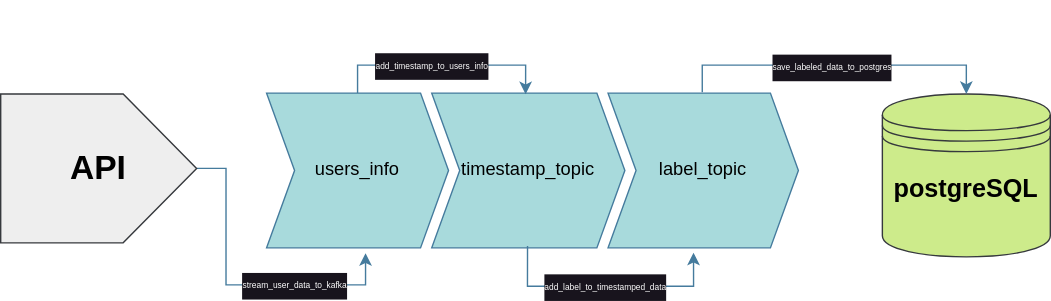
This is Images/Diagram.svg from mahdimlo/user_data_streaming, a draw.io export, as it was before one commit. Source tidied: cells renumbered, new cells last; positions are measured from the earlier drawing's top-left corner, leaving out a move shared by most shapes. Source of this version:
```xml
<mxGraphModel>
  <root>
    <mxCell id="0" />
    <mxCell id="1" parent="0" />
    <mxCell id="2" value="&lt;h1&gt;&lt;font color=&quot;#000000&quot; style=&quot;font-size: 18px;&quot;&gt;postgreSQL&lt;/font&gt;&lt;/h1&gt;&lt;div&gt;&lt;font color=&quot;#000000&quot; style=&quot;font-size: 18px;&quot;&gt;&lt;br&gt;&lt;/font&gt;&lt;/div&gt;" style="shape=datastore;whiteSpace=wrap;html=1;fillColor=#cdeb8b;strokeColor=#36393d;labelBackgroundColor=none;" parent="1" vertex="1">
      <mxGeometry x="630" y="33.6" width="120" height="116.4" as="geometry" />
    </mxCell>
    <mxCell id="3" style="edgeStyle=orthogonalEdgeStyle;rounded=0;jettySize=auto;html=1;strokeColor=#457B9D;fontColor=#1D3557;fillColor=#A8DADC;entryX=0.544;entryY=1.034;entryDx=0;entryDy=0;entryPerimeter=0;" parent="1" edge="1" source="5" target="7">
      <mxGeometry relative="1" as="geometry">
        <Array as="points">
          <mxPoint x="161" y="87" />
          <mxPoint x="161" y="170" />
          <mxPoint x="261" y="170" />
        </Array>
      </mxGeometry>
    </mxCell>
    <mxCell id="4" value="&lt;div style=&quot;font-size: 6px;&quot;&gt;&lt;pre style=&quot;font-size: 6px;&quot;&gt;&lt;font color=&quot;#ffffff&quot; style=&quot;&quot; face=&quot;Helvetica&quot;&gt;stream_user_data_to_kafka&lt;/font&gt;&lt;/pre&gt;&lt;/div&gt;" style="edgeLabel;html=1;align=center;verticalAlign=middle;strokeColor=#457B9D;fontColor=#1D3557;fillColor=#A8DADC;fontSize=6;" parent="3" vertex="1">
      <mxGeometry relative="1" as="geometry">
        <mxPoint x="40" as="offset" />
      </mxGeometry>
    </mxCell>
    <mxCell id="5" value="&lt;h1&gt;&lt;font color=&quot;#000000&quot;&gt;API&lt;/font&gt;&lt;/h1&gt;" style="shape=offPageConnector;whiteSpace=wrap;html=1;strokeColor=#36393d;fillColor=#eeeeee;direction=north;" parent="1" vertex="1">
      <mxGeometry y="33.6" width="140" height="106.4" as="geometry" />
    </mxCell>
    <mxCell id="6" value="&lt;h1&gt;&lt;font color=&quot;#ffffff&quot;&gt;Kafka&lt;/font&gt;&lt;/h1&gt;&lt;div&gt;&lt;font color=&quot;#ffffff&quot;&gt;&lt;br&gt;&lt;/font&gt;&lt;/div&gt;&lt;div&gt;&lt;font color=&quot;#ffffff&quot;&gt;&lt;br&gt;&lt;/font&gt;&lt;/div&gt;" style="swimlane;horizontal=1;fillColor=none;strokeColor=none;stackBorder=10;align=center;whiteSpace=wrap;html=1;fontColor=#1D3557;startSize=23;" parent="1" vertex="1">
      <mxGeometry x="180" width="400" height="153.6" as="geometry" />
    </mxCell>
    <mxCell id="7" value="&lt;div style=&quot;&quot;&gt;&lt;pre style=&quot;font-size: 9.8pt;&quot;&gt;&lt;font face=&quot;Helvetica&quot; style=&quot;&quot; color=&quot;#000000&quot;&gt;users_info&lt;/font&gt;&lt;/pre&gt;&lt;/div&gt;" style="shape=step;perimeter=stepPerimeter;fixedSize=1;points=[];whiteSpace=wrap;html=1;strokeColor=#457B9D;fontColor=#1D3557;fillColor=#A8DADC;" parent="6" vertex="1">
      <mxGeometry x="10" y="33" width="130" height="110.6" as="geometry" />
    </mxCell>
    <mxCell id="8" value="&lt;div style=&quot;&quot;&gt;&lt;pre style=&quot;font-size: 9.8pt;&quot;&gt;&lt;font face=&quot;Helvetica&quot; style=&quot;&quot; color=&quot;#000000&quot;&gt;timestamp_topic&lt;/font&gt;&lt;/pre&gt;&lt;/div&gt;" style="shape=step;perimeter=stepPerimeter;fixedSize=1;points=[];whiteSpace=wrap;html=1;strokeColor=#457B9D;fontColor=#1D3557;fillColor=#A8DADC;" parent="6" vertex="1">
      <mxGeometry x="128" y="33" width="138" height="110.6" as="geometry" />
    </mxCell>
    <mxCell id="9" value="&lt;div style=&quot;&quot;&gt;&lt;pre style=&quot;font-size: 9.8pt;&quot;&gt;&lt;font color=&quot;#000000&quot; face=&quot;Helvetica&quot; style=&quot;&quot;&gt;label_topic&lt;/font&gt;&lt;/pre&gt;&lt;/div&gt;" style="shape=step;perimeter=stepPerimeter;fixedSize=1;points=[];whiteSpace=wrap;html=1;strokeColor=#457B9D;fontColor=#1D3557;fillColor=#A8DADC;" parent="6" vertex="1">
      <mxGeometry x="254" y="33" width="136" height="110.6" as="geometry" />
    </mxCell>
    <mxCell id="10" style="edgeStyle=orthogonalEdgeStyle;rounded=0;jettySize=auto;html=1;entryX=0.486;entryY=0.007;entryDx=0;entryDy=0;entryPerimeter=0;strokeColor=#457B9D;fontColor=#1D3557;fillColor=#A8DADC;" parent="6" edge="1" source="7" target="8">
      <mxGeometry relative="1" as="geometry" />
    </mxCell>
    <mxCell id="11" value="&lt;div style=&quot;font-size: 6px;&quot;&gt;&lt;pre style=&quot;font-size: 6px;&quot;&gt;&lt;font color=&quot;#ffffff&quot; style=&quot;font-size: 6px;&quot; face=&quot;Helvetica&quot;&gt;add_timestamp_to_users_info&lt;/font&gt;&lt;/pre&gt;&lt;/div&gt;" style="edgeLabel;html=1;align=center;verticalAlign=middle;strokeColor=#457B9D;fontColor=#1D3557;fillColor=#A8DADC;fontSize=6;" parent="10" vertex="1">
      <mxGeometry x="0.04" relative="1" as="geometry">
        <mxPoint x="-11" as="offset" />
      </mxGeometry>
    </mxCell>
    <mxCell id="12" style="edgeStyle=orthogonalEdgeStyle;rounded=0;jettySize=auto;html=1;entryX=0.449;entryY=1.031;entryDx=0;entryDy=0;entryPerimeter=0;strokeColor=#457B9D;fontColor=#1D3557;fillColor=#A8DADC;exitX=0.496;exitY=0.988;exitDx=0;exitDy=0;exitPerimeter=0;" parent="6" edge="1" source="8" target="9">
      <mxGeometry relative="1" as="geometry">
        <Array as="points">
          <mxPoint x="196" y="171" />
          <mxPoint x="315" y="171" />
        </Array>
      </mxGeometry>
    </mxCell>
    <mxCell id="13" value="&lt;div style=&quot;font-size: 6px;&quot;&gt;&lt;pre style=&quot;font-size: 6px;&quot;&gt;&lt;font color=&quot;#ffffff&quot; style=&quot;font-size: 6px;&quot; face=&quot;Helvetica&quot;&gt;add_label_to_timestamped_data&lt;/font&gt;&lt;/pre&gt;&lt;/div&gt;" style="edgeLabel;html=1;align=center;verticalAlign=middle;strokeColor=#457B9D;fontColor=#1D3557;fillColor=#A8DADC;fontSize=6;" parent="12" vertex="1">
      <mxGeometry x="-0.2" y="1" relative="1" as="geometry">
        <mxPoint x="15" y="1" as="offset" />
      </mxGeometry>
    </mxCell>
    <mxCell id="14" style="edgeStyle=orthogonalEdgeStyle;rounded=0;jettySize=auto;html=1;entryX=0.5;entryY=0;entryDx=0;entryDy=0;strokeColor=#457B9D;fontColor=#1D3557;fillColor=#A8DADC;exitX=0.495;exitY=-0.006;exitDx=0;exitDy=0;exitPerimeter=0;" parent="1" edge="1" source="9" target="2">
      <mxGeometry relative="1" as="geometry" />
    </mxCell>
    <mxCell id="15" value="&lt;div style=&quot;font-size: 6px;&quot;&gt;&lt;pre style=&quot;font-size: 6px;&quot;&gt;&lt;font color=&quot;#ffffff&quot; style=&quot;font-size: 6px;&quot; face=&quot;Helvetica&quot;&gt;save_labeled_data_to_postgres&lt;/font&gt;&lt;/pre&gt;&lt;/div&gt;" style="edgeLabel;html=1;align=center;verticalAlign=middle;strokeColor=#457B9D;fontColor=#1D3557;fillColor=#A8DADC;fontSize=6;" parent="14" vertex="1">
      <mxGeometry x="-0.13" y="-1" relative="1" as="geometry">
        <mxPoint x="13" as="offset" />
      </mxGeometry>
    </mxCell>
  </root>
</mxGraphModel>
```
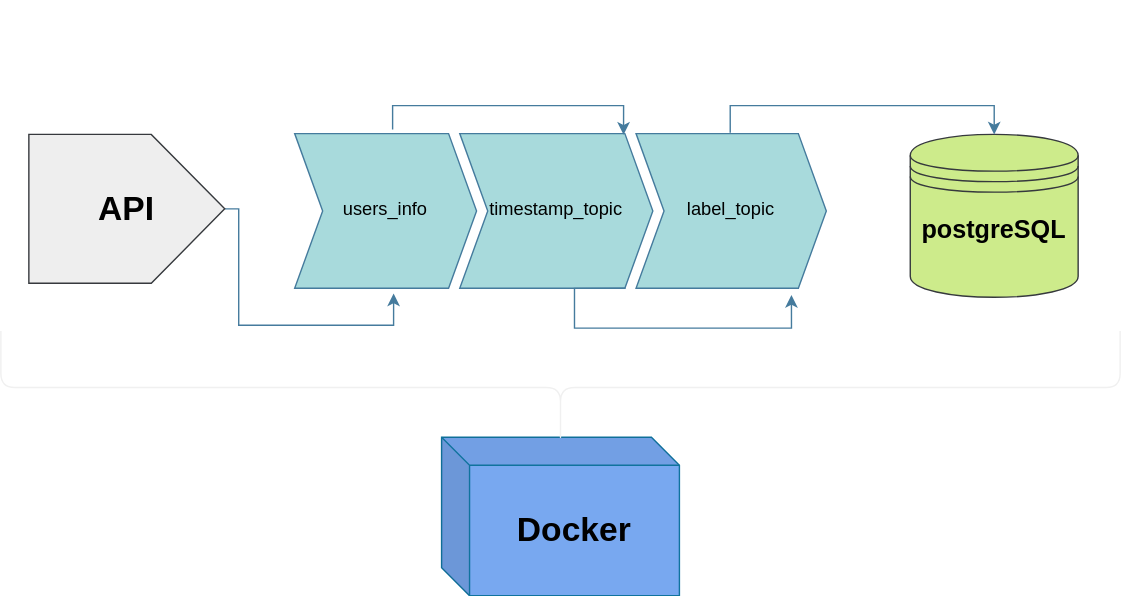
The same file after the commit.

Change to the diagram source:
```diff
@@ -8,21 +8,21 @@
     <mxCell id="3" style="edgeStyle=orthogonalEdgeStyle;rounded=0;jettySize=auto;html=1;strokeColor=#457B9D;fontColor=#1D3557;fillColor=#A8DADC;entryX=0.544;entryY=1.034;entryDx=0;entryDy=0;entryPerimeter=0;" parent="1" edge="1" source="5" target="7">
       <mxGeometry relative="1" as="geometry">
         <Array as="points">
-          <mxPoint x="161" y="87" />
-          <mxPoint x="161" y="170" />
+          <mxPoint x="150" y="87" />
+          <mxPoint x="150" y="170" />
           <mxPoint x="261" y="170" />
         </Array>
       </mxGeometry>
     </mxCell>
-    <mxCell id="4" value="&lt;div style=&quot;font-size: 6px;&quot;&gt;&lt;pre style=&quot;font-size: 6px;&quot;&gt;&lt;font color=&quot;#ffffff&quot; style=&quot;&quot; face=&quot;Helvetica&quot;&gt;stream_user_data_to_kafka&lt;/font&gt;&lt;/pre&gt;&lt;/div&gt;" style="edgeLabel;html=1;align=center;verticalAlign=middle;strokeColor=#457B9D;fontColor=#1D3557;fillColor=#A8DADC;fontSize=6;" parent="3" vertex="1">
+    <mxCell id="4" value="&lt;div style=&quot;font-size: 13px;&quot;&gt;&lt;pre style=&quot;font-size: 13px;&quot;&gt;&lt;font color=&quot;#ffffff&quot; style=&quot;font-size: 13px;&quot; face=&quot;Helvetica&quot;&gt;stream_user_data_to_kafka &lt;/font&gt;&lt;font color=&quot;#ffffff&quot; face=&quot;Helvetica&quot;&gt;every minute&lt;/font&gt;&lt;/pre&gt;&lt;/div&gt;" style="edgeLabel;html=1;align=center;verticalAlign=middle;strokeColor=#457B9D;fontColor=#1D3557;fillColor=#A8DADC;fontSize=13;labelBackgroundColor=none;" parent="3" vertex="1">
       <mxGeometry relative="1" as="geometry">
-        <mxPoint x="40" as="offset" />
+        <mxPoint x="30" y="10" as="offset" />
       </mxGeometry>
     </mxCell>
     <mxCell id="5" value="&lt;h1&gt;&lt;font color=&quot;#000000&quot;&gt;API&lt;/font&gt;&lt;/h1&gt;" style="shape=offPageConnector;whiteSpace=wrap;html=1;strokeColor=#36393d;fillColor=#eeeeee;direction=north;" parent="1" vertex="1">
       <mxGeometry y="33.6" width="140" height="106.4" as="geometry" />
     </mxCell>
-    <mxCell id="6" value="&lt;h1&gt;&lt;font color=&quot;#ffffff&quot;&gt;Kafka&lt;/font&gt;&lt;/h1&gt;&lt;div&gt;&lt;font color=&quot;#ffffff&quot;&gt;&lt;br&gt;&lt;/font&gt;&lt;/div&gt;&lt;div&gt;&lt;font color=&quot;#ffffff&quot;&gt;&lt;br&gt;&lt;/font&gt;&lt;/div&gt;" style="swimlane;horizontal=1;fillColor=none;strokeColor=none;stackBorder=10;align=center;whiteSpace=wrap;html=1;fontColor=#1D3557;startSize=23;" parent="1" vertex="1">
+    <mxCell id="6" value="&lt;h1&gt;&lt;font color=&quot;#ffffff&quot;&gt;Kafka&lt;/font&gt;&lt;/h1&gt;&lt;div&gt;&lt;font color=&quot;#ffffff&quot;&gt;&lt;br&gt;&lt;/font&gt;&lt;/div&gt;&lt;div&gt;&lt;font color=&quot;#ffffff&quot;&gt;&lt;br&gt;&lt;/font&gt;&lt;/div&gt;&lt;div&gt;&lt;font color=&quot;#ffffff&quot;&gt;&lt;br&gt;&lt;/font&gt;&lt;/div&gt;&lt;div&gt;&lt;font color=&quot;#ffffff&quot;&gt;&lt;br&gt;&lt;/font&gt;&lt;/div&gt;&lt;div&gt;&lt;font color=&quot;#ffffff&quot;&gt;&lt;br&gt;&lt;/font&gt;&lt;/div&gt;&lt;div&gt;&lt;font color=&quot;#ffffff&quot;&gt;&lt;br&gt;&lt;/font&gt;&lt;/div&gt;" style="swimlane;horizontal=1;fillColor=none;strokeColor=none;stackBorder=10;align=center;whiteSpace=wrap;html=1;fontColor=#1D3557;startSize=23;" parent="1" vertex="1">
       <mxGeometry x="180" width="400" height="153.6" as="geometry" />
     </mxCell>
     <mxCell id="7" value="&lt;div style=&quot;&quot;&gt;&lt;pre style=&quot;font-size: 9.8pt;&quot;&gt;&lt;font face=&quot;Helvetica&quot; style=&quot;&quot; color=&quot;#000000&quot;&gt;users_info&lt;/font&gt;&lt;/pre&gt;&lt;/div&gt;" style="shape=step;perimeter=stepPerimeter;fixedSize=1;points=[];whiteSpace=wrap;html=1;strokeColor=#457B9D;fontColor=#1D3557;fillColor=#A8DADC;" parent="6" vertex="1">
@@ -31,37 +31,53 @@
     <mxCell id="8" value="&lt;div style=&quot;&quot;&gt;&lt;pre style=&quot;font-size: 9.8pt;&quot;&gt;&lt;font face=&quot;Helvetica&quot; style=&quot;&quot; color=&quot;#000000&quot;&gt;timestamp_topic&lt;/font&gt;&lt;/pre&gt;&lt;/div&gt;" style="shape=step;perimeter=stepPerimeter;fixedSize=1;points=[];whiteSpace=wrap;html=1;strokeColor=#457B9D;fontColor=#1D3557;fillColor=#A8DADC;" parent="6" vertex="1">
       <mxGeometry x="128" y="33" width="138" height="110.6" as="geometry" />
     </mxCell>
-    <mxCell id="9" value="&lt;div style=&quot;&quot;&gt;&lt;pre style=&quot;font-size: 9.8pt;&quot;&gt;&lt;font color=&quot;#000000&quot; face=&quot;Helvetica&quot; style=&quot;&quot;&gt;label_topic&lt;/font&gt;&lt;/pre&gt;&lt;/div&gt;" style="shape=step;perimeter=stepPerimeter;fixedSize=1;points=[];whiteSpace=wrap;html=1;strokeColor=#457B9D;fontColor=#1D3557;fillColor=#A8DADC;" parent="6" vertex="1">
+    <mxCell id="9" value="&lt;div style=&quot;&quot;&gt;&lt;pre style=&quot;font-size: 9.8pt;&quot;&gt;&lt;font face=&quot;Helvetica&quot; style=&quot;&quot; color=&quot;#000000&quot;&gt;label_topic&lt;/font&gt;&lt;/pre&gt;&lt;/div&gt;" style="shape=step;perimeter=stepPerimeter;fixedSize=1;points=[];whiteSpace=wrap;html=1;strokeColor=#457B9D;fontColor=#1D3557;fillColor=#A8DADC;" parent="6" vertex="1">
       <mxGeometry x="254" y="33" width="136" height="110.6" as="geometry" />
     </mxCell>
-    <mxCell id="10" style="edgeStyle=orthogonalEdgeStyle;rounded=0;jettySize=auto;html=1;entryX=0.486;entryY=0.007;entryDx=0;entryDy=0;entryPerimeter=0;strokeColor=#457B9D;fontColor=#1D3557;fillColor=#A8DADC;" parent="6" edge="1" source="7" target="8">
-      <mxGeometry relative="1" as="geometry" />
+    <mxCell id="10" style="edgeStyle=orthogonalEdgeStyle;rounded=0;orthogonalLoop=1;jettySize=auto;html=1;entryX=0.486;entryY=0.007;entryDx=0;entryDy=0;entryPerimeter=0;strokeColor=#457B9D;fontColor=#1D3557;fillColor=#A8DADC;" parent="6" edge="1">
+      <mxGeometry relative="1" as="geometry">
+        <mxPoint x="80" y="30" as="sourcePoint" />
+        <mxPoint x="245.1" y="33.8" as="targetPoint" />
+        <Array as="points">
+          <mxPoint x="80" y="13" />
+          <mxPoint x="245" y="13" />
+        </Array>
+      </mxGeometry>
     </mxCell>
-    <mxCell id="11" value="&lt;div style=&quot;font-size: 6px;&quot;&gt;&lt;pre style=&quot;font-size: 6px;&quot;&gt;&lt;font color=&quot;#ffffff&quot; style=&quot;font-size: 6px;&quot; face=&quot;Helvetica&quot;&gt;add_timestamp_to_users_info&lt;/font&gt;&lt;/pre&gt;&lt;/div&gt;" style="edgeLabel;html=1;align=center;verticalAlign=middle;strokeColor=#457B9D;fontColor=#1D3557;fillColor=#A8DADC;fontSize=6;" parent="10" vertex="1">
+    <mxCell id="11" value="&lt;div style=&quot;font-size: 13px;&quot;&gt;&lt;pre style=&quot;font-size: 13px;&quot;&gt;&lt;font color=&quot;#ffffff&quot; style=&quot;font-size: 13px;&quot; face=&quot;Helvetica&quot;&gt;add_timestamp_to_users_info &lt;/font&gt;&lt;font color=&quot;#ffffff&quot; face=&quot;Helvetica&quot;&gt;every minute&lt;/font&gt;&lt;/pre&gt;&lt;/div&gt;" style="edgeLabel;html=1;align=center;verticalAlign=bottom;strokeColor=#457B9D;fontColor=#1D3557;fillColor=#A8DADC;fontSize=13;labelBackgroundColor=none;" parent="10" vertex="1">
       <mxGeometry x="0.04" relative="1" as="geometry">
-        <mxPoint x="-11" as="offset" />
+        <mxPoint x="-21" y="13" as="offset" />
       </mxGeometry>
     </mxCell>
+    <mxCell id="14" style="edgeStyle=orthogonalEdgeStyle;rounded=0;jettySize=auto;html=1;entryX=0.5;entryY=0;entryDx=0;entryDy=0;strokeColor=#457B9D;fontColor=#1D3557;fillColor=#A8DADC;exitX=0.495;exitY=-0.006;exitDx=0;exitDy=0;exitPerimeter=0;" parent="1" edge="1" source="9" target="2">
+      <mxGeometry relative="1" as="geometry" />
+    </mxCell>
+    <mxCell id="15" value="&lt;div style=&quot;font-size: 13px;&quot;&gt;&lt;pre style=&quot;font-size: 13px;&quot;&gt;&lt;font color=&quot;#ffffff&quot; style=&quot;font-size: 13px;&quot; face=&quot;Helvetica&quot;&gt;save_labeled_data_to_postgres &lt;/font&gt;&lt;font face=&quot;Helvetica&quot; color=&quot;#ffffff&quot;&gt;every minute&lt;/font&gt;&lt;/pre&gt;&lt;/div&gt;" style="edgeLabel;html=1;align=center;verticalAlign=middle;strokeColor=#457B9D;fontColor=#1D3557;fillColor=#A8DADC;fontSize=13;labelBackgroundColor=none;" parent="14" vertex="1">
+      <mxGeometry x="-0.13" y="-1" relative="1" as="geometry">
+        <mxPoint x="33" y="-11" as="offset" />
+      </mxGeometry>
+    </mxCell>
-    <mxCell id="12" style="edgeStyle=orthogonalEdgeStyle;rounded=0;jettySize=auto;html=1;entryX=0.449;entryY=1.031;entryDx=0;entryDy=0;entryPerimeter=0;strokeColor=#457B9D;fontColor=#1D3557;fillColor=#A8DADC;exitX=0.496;exitY=0.988;exitDx=0;exitDy=0;exitPerimeter=0;" parent="6" edge="1" source="8" target="9">
+    <mxCell id="12" style="edgeStyle=orthogonalEdgeStyle;rounded=0;orthogonalLoop=1;jettySize=auto;html=1;entryX=0.449;entryY=1.031;entryDx=0;entryDy=0;entryPerimeter=0;strokeColor=#457B9D;fontColor=#1D3557;fillColor=#A8DADC;exitX=0.496;exitY=0.988;exitDx=0;exitDy=0;exitPerimeter=0;" parent="1" edge="1">
       <mxGeometry relative="1" as="geometry">
+        <mxPoint x="426.4" y="143.6" as="sourcePoint" />
+        <mxPoint x="545.1" y="148.3" as="targetPoint" />
         <Array as="points">
-          <mxPoint x="196" y="171" />
-          <mxPoint x="315" y="171" />
+          <mxPoint x="390" y="144" />
+          <mxPoint x="390" y="172" />
+          <mxPoint x="545" y="172" />
         </Array>
       </mxGeometry>
     </mxCell>
-    <mxCell id="13" value="&lt;div style=&quot;font-size: 6px;&quot;&gt;&lt;pre style=&quot;font-size: 6px;&quot;&gt;&lt;font color=&quot;#ffffff&quot; style=&quot;font-size: 6px;&quot; face=&quot;Helvetica&quot;&gt;add_label_to_timestamped_data&lt;/font&gt;&lt;/pre&gt;&lt;/div&gt;" style="edgeLabel;html=1;align=center;verticalAlign=middle;strokeColor=#457B9D;fontColor=#1D3557;fillColor=#A8DADC;fontSize=6;" parent="12" vertex="1">
+    <mxCell id="13" value="&lt;div style=&quot;font-size: 13px;&quot;&gt;&lt;pre style=&quot;font-size: 13px;&quot;&gt;&lt;font color=&quot;#ffffff&quot; style=&quot;font-size: 13px;&quot; face=&quot;Helvetica&quot;&gt;add_label_to_timestamped_data &lt;/font&gt;&lt;font face=&quot;Helvetica&quot; color=&quot;#ffffff&quot;&gt;every minute&lt;/font&gt;&lt;/pre&gt;&lt;/div&gt;" style="edgeLabel;html=1;align=center;verticalAlign=middle;strokeColor=#457B9D;fontColor=#1D3557;fillColor=#A8DADC;fontSize=13;labelBackgroundColor=none;" parent="12" vertex="1">
       <mxGeometry x="-0.2" y="1" relative="1" as="geometry">
-        <mxPoint x="15" y="1" as="offset" />
+        <mxPoint x="67" y="9" as="offset" />
       </mxGeometry>
     </mxCell>
-    <mxCell id="14" style="edgeStyle=orthogonalEdgeStyle;rounded=0;jettySize=auto;html=1;entryX=0.5;entryY=0;entryDx=0;entryDy=0;strokeColor=#457B9D;fontColor=#1D3557;fillColor=#A8DADC;exitX=0.495;exitY=-0.006;exitDx=0;exitDy=0;exitPerimeter=0;" parent="1" edge="1" source="9" target="2">
-      <mxGeometry relative="1" as="geometry" />
-    </mxCell>
-    <mxCell id="15" value="&lt;div style=&quot;font-size: 6px;&quot;&gt;&lt;pre style=&quot;font-size: 6px;&quot;&gt;&lt;font color=&quot;#ffffff&quot; style=&quot;font-size: 6px;&quot; face=&quot;Helvetica&quot;&gt;save_labeled_data_to_postgres&lt;/font&gt;&lt;/pre&gt;&lt;/div&gt;" style="edgeLabel;html=1;align=center;verticalAlign=middle;strokeColor=#457B9D;fontColor=#1D3557;fillColor=#A8DADC;fontSize=6;" parent="14" vertex="1">
-      <mxGeometry x="-0.13" y="-1" relative="1" as="geometry">
-        <mxPoint x="13" as="offset" />
-      </mxGeometry>
-    </mxCell>
+    <mxCell id="16" value="&lt;h1&gt;&lt;font color=&quot;#000000&quot;&gt;Docker&lt;/font&gt;&lt;/h1&gt;" style="shape=cube;whiteSpace=wrap;html=1;boundedLbl=1;backgroundOutline=1;darkOpacity=0.05;darkOpacity2=0.1;fillColor=#78A8F0;strokeColor=#10739e;" parent="1" vertex="1">
+      <mxGeometry x="295" y="250" width="170" height="113.3" as="geometry" />
+    </mxCell>
+    <mxCell id="17" style="shape=curlyBracket;whiteSpace=wrap;html=1;rounded=1;flipH=1;labelPosition=right;verticalLabelPosition=middle;align=left;verticalAlign=middle;direction=north;" parent="1" vertex="1">
+      <mxGeometry x="-20" y="174" width="800" height="81" as="geometry" />
+    </mxCell>
   </root>
 </mxGraphModel>
```
